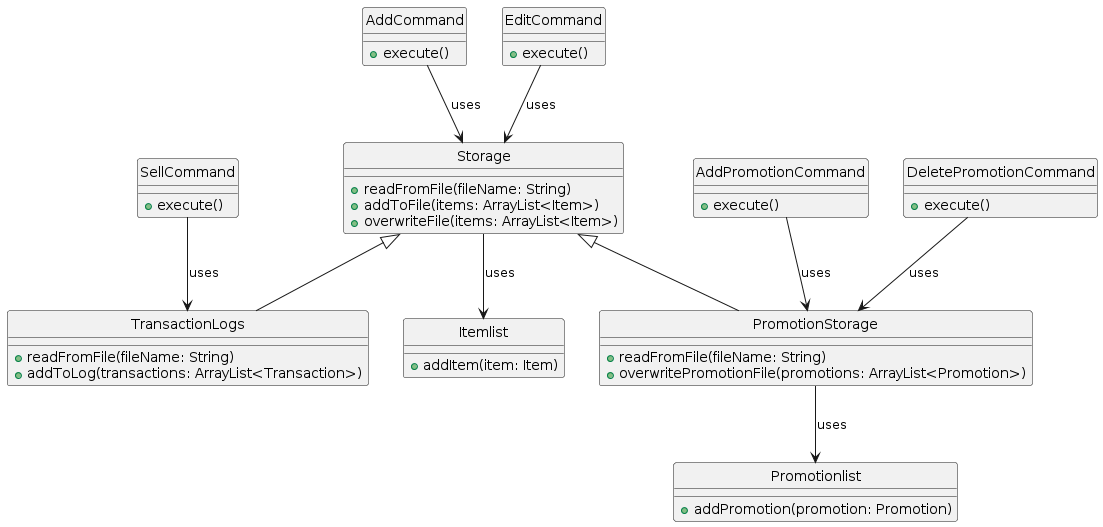
The PlantUML diagram docs/Diagrams/Images/Storage/Storage_ClassDiagram.png in LowTL/tp, before a commit.
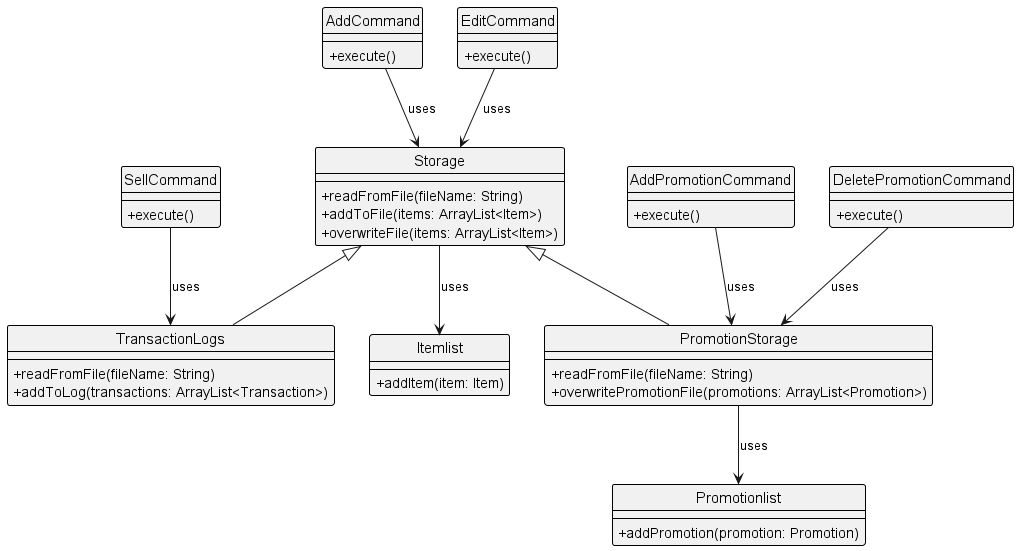
After the commit.

Change to the diagram source:
```diff
@@ -1,5 +1,5 @@
 @startuml
-hide circle
+!include ../Style.puml
 
 class Storage {
     +readFromFile(fileName: String)
```
